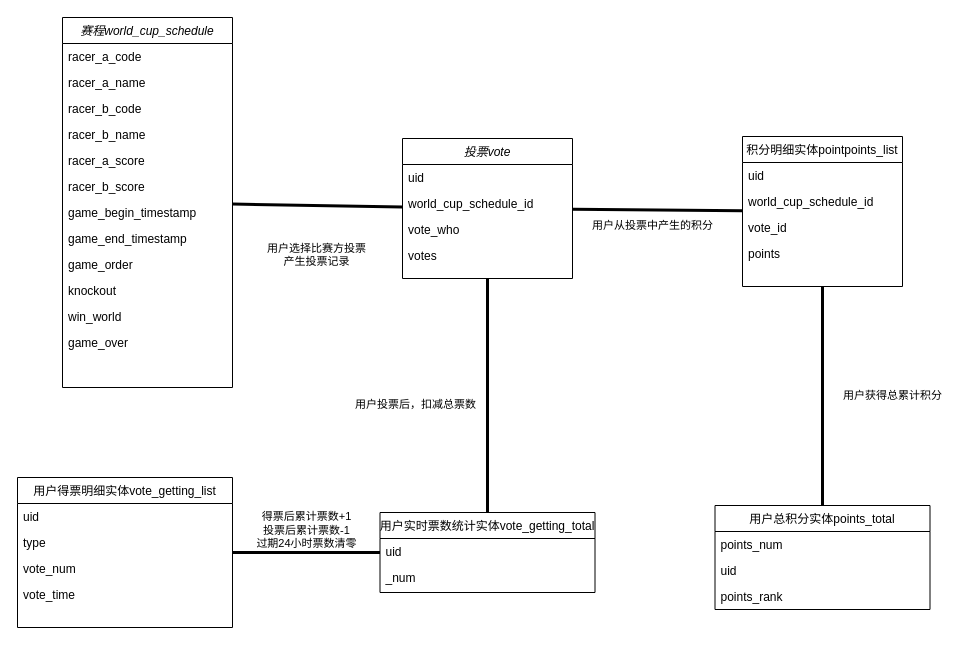
milletzhu/datasource keeps this draw.io diagram as H5世界杯活动类图.drawio. Above is the earlier version. Source tidied: cells renumbered, new cells numbered last; positions are measured from the earlier drawing's top-left corner, leaving out a move shared by most shapes. Both pictures are drawn from the tidied source at 100%, with x=0, y=0 at pixel (17, 17).
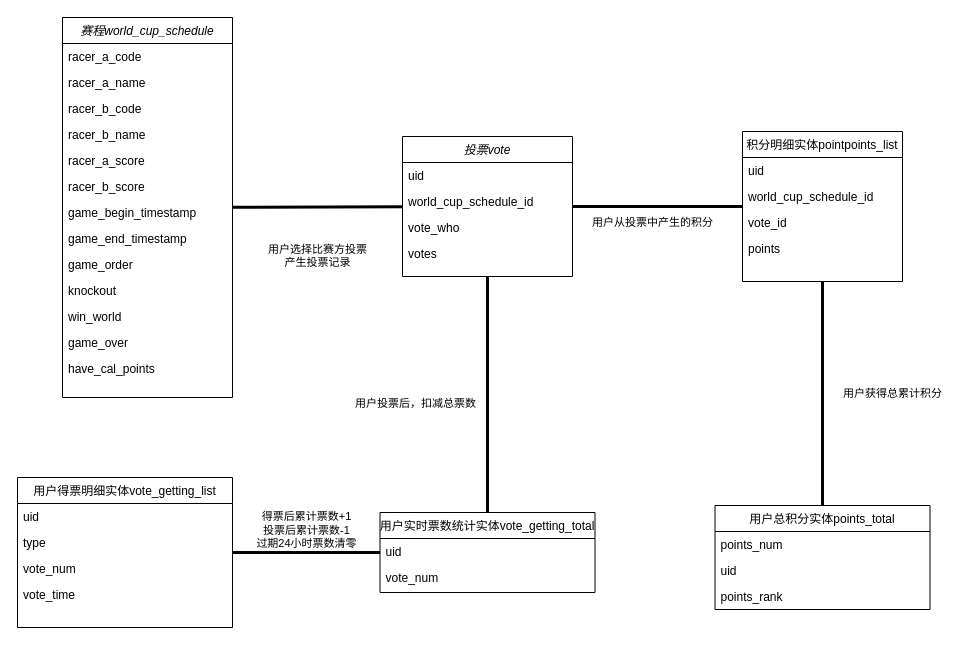
The same diagram, later.

Commit message:
更新H5世界杯活动类图.drawio

Unchanged cells that the change refers to:
```xml
<mxCell id="31" value="用户实时票数统计实体vote_getting_total" style="swimlane;fontStyle=0;align=center;verticalAlign=top;horizontal=1;startSize=26;rounded=0;shadow=0;strokeWidth=1;" parent="1" vertex="1">
  <mxGeometry x="362.5" y="495" width="215" height="80" as="geometry" />
</mxCell>
```

The edit, as a diff of the source:
```diff
@@
     <mxCell id="2" value="赛程world_cup_schedule" style="swimlane;fontStyle=2;align=center;verticalAlign=top;horizontal=1;startSize=26;rounded=0;shadow=0;strokeWidth=1;" parent="1" vertex="1">
-      <mxGeometry x="45" width="170" height="370" as="geometry" />
+      <mxGeometry x="45" width="170" height="380" as="geometry" />
     </mxCell>
@@
+    <mxCell id="42" value="have_cal_points" style="text;align=left;verticalAlign=top;spacingLeft=4;spacingRight=4;overflow=hidden;" parent="2" vertex="1">
+      <mxGeometry y="338" width="170" height="26" as="geometry" />
+    </mxCell>
     <mxCell id="15" value="积分明细实体pointpoints_list" style="swimlane;fontStyle=0;align=center;verticalAlign=top;horizontal=1;startSize=26;rounded=0;shadow=0;strokeWidth=1;" parent="1" vertex="1">
-      <mxGeometry x="725" y="119" width="160" height="150" as="geometry" />
+      <mxGeometry x="725" y="114" width="160" height="150" as="geometry" />
     </mxCell>
@@
     <mxCell id="25" value="投票vote" style="swimlane;fontStyle=2;align=center;verticalAlign=top;horizontal=1;startSize=26;rounded=0;shadow=0;strokeWidth=1;" parent="1" vertex="1">
-      <mxGeometry x="385" y="121" width="170" height="140" as="geometry" />
+      <mxGeometry x="385" y="119" width="170" height="140" as="geometry" />
     </mxCell>
@@
-    <mxCell id="33" value="_num" style="text;align=left;verticalAlign=top;spacingLeft=4;spacingRight=4;overflow=hidden;rounded=0;shadow=0;html=0;" parent="31" vertex="1">
+    <mxCell id="33" value="vote_num" style="text;align=left;verticalAlign=top;spacingLeft=4;spacingRight=4;overflow=hidden;rounded=0;shadow=0;html=0;" parent="31" vertex="1">
       <mxGeometry y="52" width="215" height="26" as="geometry" />
     </mxCell>
```
